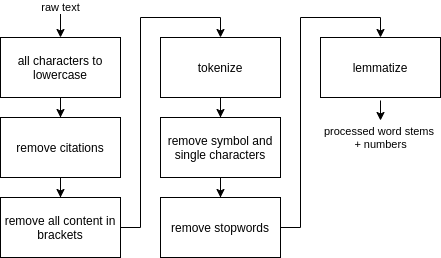
Earlier version of the draw.io export doc/reverse_index_document_preprocessing.png (tobiaskortus/covid19-search). Source tidied: cells renumbered, new cells last; positions are measured from the earlier drawing's top-left corner, leaving out a move shared by most shapes. Its diagram source:
```xml
<mxGraphModel>
  <root>
    <mxCell id="0" />
    <mxCell id="1" parent="0" />
    <mxCell id="2" style="edgeStyle=orthogonalEdgeStyle;rounded=0;jettySize=auto;html=1;entryX=0.5;entryY=0;entryDx=0;entryDy=0;" parent="1" edge="1" source="4" target="6">
      <mxGeometry relative="1" as="geometry" />
    </mxCell>
    <mxCell id="3" value="raw text" style="edgeStyle=orthogonalEdgeStyle;rounded=0;jettySize=auto;html=1;startArrow=classic;startFill=1;endArrow=none;endFill=0;" parent="1" edge="1" source="4">
      <mxGeometry x="1" relative="1" as="geometry">
        <mxPoint x="60" as="targetPoint" />
      </mxGeometry>
    </mxCell>
    <mxCell id="4" value="all&amp;nbsp;characters to lowercase" style="rounded=0;whiteSpace=wrap;html=1;" parent="1" vertex="1">
      <mxGeometry y="30" width="120" height="60" as="geometry" />
    </mxCell>
    <mxCell id="5" style="edgeStyle=orthogonalEdgeStyle;rounded=0;jettySize=auto;html=1;entryX=0.5;entryY=0;entryDx=0;entryDy=0;" parent="1" edge="1" source="6" target="8">
      <mxGeometry relative="1" as="geometry" />
    </mxCell>
    <mxCell id="6" value="remove citations" style="rounded=0;whiteSpace=wrap;html=1;" parent="1" vertex="1">
      <mxGeometry y="110" width="120" height="60" as="geometry" />
    </mxCell>
    <mxCell id="7" style="edgeStyle=orthogonalEdgeStyle;rounded=0;jettySize=auto;html=1;entryX=0.5;entryY=0;entryDx=0;entryDy=0;" parent="1" edge="1" source="8" target="10">
      <mxGeometry relative="1" as="geometry" />
    </mxCell>
    <mxCell id="8" value="remove all content in brackets" style="rounded=0;whiteSpace=wrap;html=1;" parent="1" vertex="1">
      <mxGeometry y="190" width="120" height="60" as="geometry" />
    </mxCell>
    <mxCell id="9" style="edgeStyle=orthogonalEdgeStyle;rounded=0;jettySize=auto;html=1;entryX=0.5;entryY=0;entryDx=0;entryDy=0;" parent="1" edge="1" source="10" target="12">
      <mxGeometry relative="1" as="geometry" />
    </mxCell>
    <mxCell id="10" value="tokenize" style="rounded=0;whiteSpace=wrap;html=1;" parent="1" vertex="1">
      <mxGeometry x="160" y="30" width="120" height="60" as="geometry" />
    </mxCell>
    <mxCell id="11" style="edgeStyle=orthogonalEdgeStyle;rounded=0;jettySize=auto;html=1;entryX=0.5;entryY=0;entryDx=0;entryDy=0;" parent="1" edge="1" source="12" target="16">
      <mxGeometry relative="1" as="geometry" />
    </mxCell>
    <mxCell id="12" value="remove symbol and single characters" style="rounded=0;whiteSpace=wrap;html=1;" parent="1" vertex="1">
      <mxGeometry x="160" y="110" width="120" height="60" as="geometry" />
    </mxCell>
    <mxCell id="13" value="processed word stems &lt;br&gt;+ numbers" style="edgeStyle=orthogonalEdgeStyle;rounded=0;orthogonalLoop=1;jettySize=auto;html=1;startArrow=none;startFill=0;endArrow=classic;endFill=1;" parent="1" edge="1">
      <mxGeometry x="1" y="17" relative="1" as="geometry">
        <mxPoint x="380" y="93" as="sourcePoint" />
        <mxPoint x="380" y="113" as="targetPoint" />
        <mxPoint x="-17" y="17" as="offset" />
      </mxGeometry>
    </mxCell>
    <mxCell id="14" value="lemmatize" style="rounded=0;whiteSpace=wrap;html=1;" parent="1" vertex="1">
      <mxGeometry x="320" y="30" width="120" height="60" as="geometry" />
    </mxCell>
    <mxCell id="15" style="edgeStyle=orthogonalEdgeStyle;rounded=0;jettySize=auto;html=1;entryX=0.5;entryY=0;entryDx=0;entryDy=0;" parent="1" edge="1" source="16" target="14">
      <mxGeometry relative="1" as="geometry" />
    </mxCell>
    <mxCell id="16" value="remove stopwords" style="rounded=0;whiteSpace=wrap;html=1;" parent="1" vertex="1">
      <mxGeometry x="160" y="190" width="120" height="60" as="geometry" />
    </mxCell>
  </root>
</mxGraphModel>
```
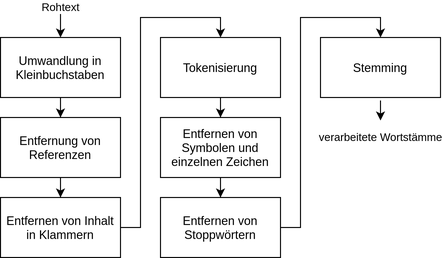
The same file after the commit.

What changed in the source:
```diff
@@ -5,52 +5,52 @@
     <mxCell id="2" style="edgeStyle=orthogonalEdgeStyle;rounded=0;jettySize=auto;html=1;entryX=0.5;entryY=0;entryDx=0;entryDy=0;" parent="1" edge="1" source="4" target="6">
       <mxGeometry relative="1" as="geometry" />
     </mxCell>
-    <mxCell id="3" value="raw text" style="edgeStyle=orthogonalEdgeStyle;rounded=0;jettySize=auto;html=1;startArrow=classic;startFill=1;endArrow=none;endFill=0;" parent="1" edge="1" source="4">
+    <mxCell id="3" value="&lt;span class=&quot;tlid-translation translation&quot; lang=&quot;de&quot;&gt;Rohtext&lt;/span&gt;" style="edgeStyle=orthogonalEdgeStyle;rounded=0;jettySize=auto;html=1;startArrow=classic;startFill=1;endArrow=none;endFill=0;" parent="1" edge="1" source="4">
       <mxGeometry x="1" relative="1" as="geometry">
         <mxPoint x="60" as="targetPoint" />
       </mxGeometry>
     </mxCell>
-    <mxCell id="4" value="all&amp;nbsp;characters to lowercase" style="rounded=0;whiteSpace=wrap;html=1;" parent="1" vertex="1">
+    <mxCell id="4" value="Umwandlung in Kleinbuchstaben" style="rounded=0;whiteSpace=wrap;html=1;" parent="1" vertex="1">
       <mxGeometry y="30" width="120" height="60" as="geometry" />
     </mxCell>
     <mxCell id="5" style="edgeStyle=orthogonalEdgeStyle;rounded=0;jettySize=auto;html=1;entryX=0.5;entryY=0;entryDx=0;entryDy=0;" parent="1" edge="1" source="6" target="8">
       <mxGeometry relative="1" as="geometry" />
     </mxCell>
-    <mxCell id="6" value="remove citations" style="rounded=0;whiteSpace=wrap;html=1;" parent="1" vertex="1">
+    <mxCell id="6" value="Entfernung von Referenzen" style="rounded=0;whiteSpace=wrap;html=1;" parent="1" vertex="1">
       <mxGeometry y="110" width="120" height="60" as="geometry" />
     </mxCell>
     <mxCell id="7" style="edgeStyle=orthogonalEdgeStyle;rounded=0;jettySize=auto;html=1;entryX=0.5;entryY=0;entryDx=0;entryDy=0;" parent="1" edge="1" source="8" target="10">
       <mxGeometry relative="1" as="geometry" />
     </mxCell>
-    <mxCell id="8" value="remove all content in brackets" style="rounded=0;whiteSpace=wrap;html=1;" parent="1" vertex="1">
+    <mxCell id="8" value="Entfernen von Inhalt in Klammern" style="rounded=0;whiteSpace=wrap;html=1;" parent="1" vertex="1">
       <mxGeometry y="190" width="120" height="60" as="geometry" />
     </mxCell>
     <mxCell id="9" style="edgeStyle=orthogonalEdgeStyle;rounded=0;jettySize=auto;html=1;entryX=0.5;entryY=0;entryDx=0;entryDy=0;" parent="1" edge="1" source="10" target="12">
       <mxGeometry relative="1" as="geometry" />
     </mxCell>
-    <mxCell id="10" value="tokenize" style="rounded=0;whiteSpace=wrap;html=1;" parent="1" vertex="1">
+    <mxCell id="10" value="&lt;span class=&quot;st&quot;&gt;Tokenisierung&lt;/span&gt;" style="rounded=0;whiteSpace=wrap;html=1;" parent="1" vertex="1">
       <mxGeometry x="160" y="30" width="120" height="60" as="geometry" />
     </mxCell>
     <mxCell id="11" style="edgeStyle=orthogonalEdgeStyle;rounded=0;jettySize=auto;html=1;entryX=0.5;entryY=0;entryDx=0;entryDy=0;" parent="1" edge="1" source="12" target="16">
       <mxGeometry relative="1" as="geometry" />
     </mxCell>
-    <mxCell id="12" value="remove symbol and single characters" style="rounded=0;whiteSpace=wrap;html=1;" parent="1" vertex="1">
+    <mxCell id="12" value="&lt;span class=&quot;tlid-translation translation&quot; lang=&quot;de&quot;&gt;Entfernen von Symbolen und einzelnen Zeichen&lt;/span&gt;" style="rounded=0;whiteSpace=wrap;html=1;" parent="1" vertex="1">
       <mxGeometry x="160" y="110" width="120" height="60" as="geometry" />
     </mxCell>
-    <mxCell id="13" value="processed word stems &lt;br&gt;+ numbers" style="edgeStyle=orthogonalEdgeStyle;rounded=0;orthogonalLoop=1;jettySize=auto;html=1;startArrow=none;startFill=0;endArrow=classic;endFill=1;" parent="1" edge="1">
+    <mxCell id="13" value="verarbeitete Wortstämme" style="edgeStyle=orthogonalEdgeStyle;rounded=0;orthogonalLoop=1;jettySize=auto;html=1;startArrow=none;startFill=0;endArrow=classic;endFill=1;" parent="1" edge="1">
       <mxGeometry x="1" y="17" relative="1" as="geometry">
         <mxPoint x="380" y="93" as="sourcePoint" />
         <mxPoint x="380" y="113" as="targetPoint" />
         <mxPoint x="-17" y="17" as="offset" />
       </mxGeometry>
     </mxCell>
-    <mxCell id="14" value="lemmatize" style="rounded=0;whiteSpace=wrap;html=1;" parent="1" vertex="1">
+    <mxCell id="14" value="&lt;span class=&quot;ILfuVd&quot;&gt;&lt;span class=&quot;e24Kjd&quot;&gt;Stemming&lt;/span&gt;&lt;/span&gt;" style="rounded=0;whiteSpace=wrap;html=1;" parent="1" vertex="1">
       <mxGeometry x="320" y="30" width="120" height="60" as="geometry" />
     </mxCell>
     <mxCell id="15" style="edgeStyle=orthogonalEdgeStyle;rounded=0;jettySize=auto;html=1;entryX=0.5;entryY=0;entryDx=0;entryDy=0;" parent="1" edge="1" source="16" target="14">
       <mxGeometry relative="1" as="geometry" />
     </mxCell>
-    <mxCell id="16" value="remove stopwords" style="rounded=0;whiteSpace=wrap;html=1;" parent="1" vertex="1">
+    <mxCell id="16" value="Entfernen von Stoppwörtern" style="rounded=0;whiteSpace=wrap;html=1;" parent="1" vertex="1">
       <mxGeometry x="160" y="190" width="120" height="60" as="geometry" />
     </mxCell>
   </root>
```
